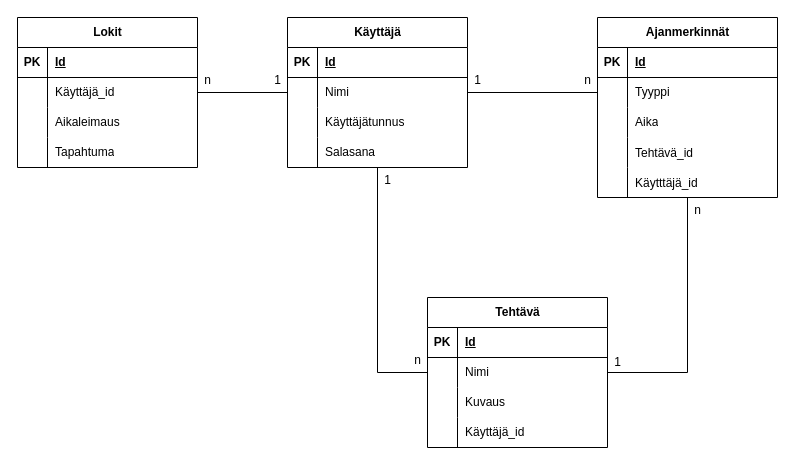
Before: charts/tietokanta.drawio in Jrvi/time-tracker, a draw.io diagram. Source tidied: cells renumbered, new cells numbered last; positions are measured from the earlier drawing's top-left corner, leaving out a move shared by most shapes. Both pictures are drawn from the tidied source at 100%, with x=0, y=0 at pixel (17, 17).
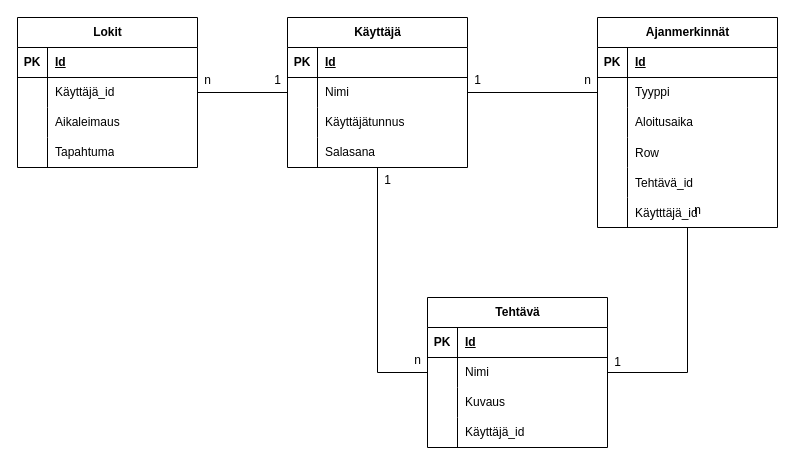
After the change.

The change refers to these unchanged cells:
```xml
<mxCell id="26" style="shape=tableRow;horizontal=0;startSize=0;swimlaneHead=0;swimlaneBody=0;fillColor=none;top=0;left=0;right=0;bottom=0;" parent="19" vertex="1">
  <mxGeometry y="90" width="180" height="30" as="geometry" />
</mxCell>
```

The edit, as a diff of the source:
```diff
@@
     <mxCell id="19" value="Ajanmerkinnät" style="shape=table;startSize=30;childLayout=tableLayout;rowLines=0;fontStyle=1;align=center;html=1;" parent="1" vertex="1">
-      <mxGeometry x="580" width="180" height="180" as="geometry" />
+      <mxGeometry x="580" width="180" height="210" as="geometry" />
     </mxCell>
@@
-    <mxCell id="28" value="Aika" style="shape=partialRectangle;fillColor=none;top=0;left=0;bottom=0;right=0;align=left;spacingLeft=6;overflow=hidden;whiteSpace=wrap;html=1;" parent="26" vertex="1">
+    <mxCell id="28" value="Aloitusaika" style="shape=partialRectangle;fillColor=none;top=0;left=0;bottom=0;right=0;align=left;spacingLeft=6;overflow=hidden;whiteSpace=wrap;html=1;" parent="26" vertex="1">
       <mxGeometry x="30" width="150" height="30" as="geometry" />
     </mxCell>
+    <mxCell id="69" style="shape=tableRow;horizontal=0;startSize=0;swimlaneHead=0;swimlaneBody=0;fillColor=none;top=0;left=0;right=0;bottom=0;" parent="19" vertex="1">
+      <mxGeometry y="120" width="180" height="30" as="geometry" />
+    </mxCell>
+    <mxCell id="70" style="shape=partialRectangle;fillColor=none;top=0;left=0;bottom=0;right=0;overflow=hidden;" parent="69" vertex="1">
+      <mxGeometry width="30" height="30" as="geometry" />
+    </mxCell>
+    <mxCell id="71" value="Row" style="shape=partialRectangle;fillColor=none;top=0;left=0;bottom=0;right=0;align=left;spacingLeft=6;overflow=hidden;" parent="69" vertex="1">
+      <mxGeometry x="30" width="150" height="30" as="geometry" />
+    </mxCell>
     <mxCell id="29" style="shape=tableRow;horizontal=0;startSize=0;swimlaneHead=0;swimlaneBody=0;fillColor=none;top=0;left=0;right=0;bottom=0;" parent="19" vertex="1">
-      <mxGeometry y="120" width="180" height="30" as="geometry" />
+      <mxGeometry y="150" width="180" height="30" as="geometry" />
     </mxCell>
@@
     <mxCell id="32" style="shape=tableRow;horizontal=0;startSize=0;swimlaneHead=0;swimlaneBody=0;fillColor=none;top=0;left=0;right=0;bottom=0;" parent="19" vertex="1">
-      <mxGeometry y="150" width="180" height="30" as="geometry" />
+      <mxGeometry y="180" width="180" height="30" as="geometry" />
     </mxCell>
```
